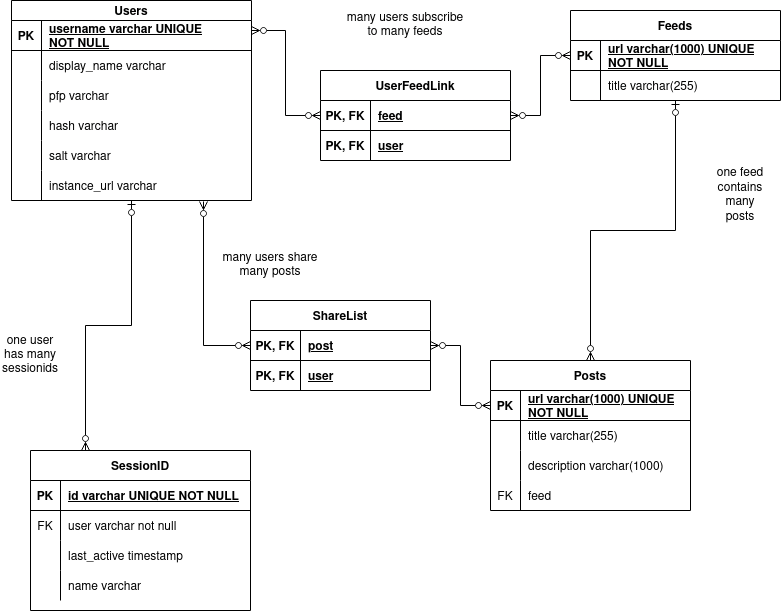
Earlier version of the draw.io export planning/erdiagram.png (kittycat-homes/rssc-intract). Source tidied: cells renumbered, new cells last; positions are measured from the earlier drawing's top-left corner, leaving out a move shared by most shapes.
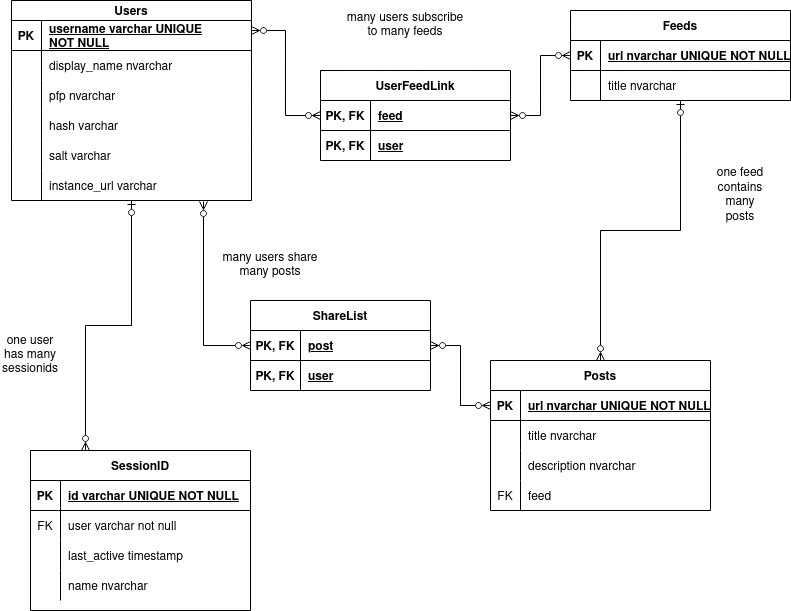
The same file after the commit.

Diff of the diagram source:
```diff
@@ -23,7 +23,7 @@
     <mxCell id="8" style="shape=partialRectangle;fillColor=none;top=0;left=0;bottom=0;right=0;overflow=hidden;" parent="7" vertex="1">
       <mxGeometry width="30" height="30" as="geometry" />
     </mxCell>
-    <mxCell id="9" value="display_name varchar" style="shape=partialRectangle;fillColor=none;top=0;left=0;bottom=0;right=0;align=left;spacingLeft=6;overflow=hidden;" parent="7" vertex="1">
+    <mxCell id="9" value="display_name nvarchar" style="shape=partialRectangle;fillColor=none;top=0;left=0;bottom=0;right=0;align=left;spacingLeft=6;overflow=hidden;" parent="7" vertex="1">
       <mxGeometry x="30" width="210" height="30" as="geometry" />
     </mxCell>
     <mxCell id="10" style="shape=tableRow;horizontal=0;startSize=0;swimlaneHead=0;swimlaneBody=0;fillColor=none;top=0;left=0;right=0;bottom=0;" parent="3" vertex="1">
@@ -32,7 +32,7 @@
     <mxCell id="11" style="shape=partialRectangle;fillColor=none;top=0;left=0;bottom=0;right=0;overflow=hidden;" parent="10" vertex="1">
       <mxGeometry width="30" height="30" as="geometry" />
     </mxCell>
-    <mxCell id="12" value="pfp varchar" style="shape=partialRectangle;fillColor=none;top=0;left=0;bottom=0;right=0;align=left;spacingLeft=6;overflow=hidden;" parent="10" vertex="1">
+    <mxCell id="12" value="pfp nvarchar" style="shape=partialRectangle;fillColor=none;top=0;left=0;bottom=0;right=0;align=left;spacingLeft=6;overflow=hidden;" parent="10" vertex="1">
       <mxGeometry x="30" width="210" height="30" as="geometry" />
     </mxCell>
     <mxCell id="13" style="shape=tableRow;horizontal=0;startSize=0;swimlaneHead=0;swimlaneBody=0;fillColor=none;top=0;left=0;right=0;bottom=0;" parent="3" vertex="1">
@@ -63,25 +63,25 @@
       <mxGeometry x="30" width="210" height="30" as="geometry" />
     </mxCell>
     <mxCell id="22" value="Feeds" style="shape=table;startSize=30;rowLines=0;fontStyle=1;align=center;" parent="1" vertex="1">
-      <mxGeometry x="570" y="10" width="210" height="90" as="geometry" />
+      <mxGeometry x="570" y="10" width="220" height="90" as="geometry" />
     </mxCell>
     <mxCell id="23" style="shape=tableRow;horizontal=0;startSize=0;swimlaneHead=0;swimlaneBody=0;fillColor=none;points=[[0,0.5],[1,0.5]];portConstraint=eastwest;top=0;left=0;right=0;bottom=1;" parent="22" vertex="1">
-      <mxGeometry y="30" width="210" height="30" as="geometry" />
+      <mxGeometry y="30" width="220" height="30" as="geometry" />
     </mxCell>
     <mxCell id="24" value="PK" style="shape=partialRectangle;fillColor=none;top=0;left=0;bottom=0;right=0;fontStyle=1;overflow=hidden;" parent="23" vertex="1">
       <mxGeometry width="30" height="30" as="geometry" />
     </mxCell>
-    <mxCell id="25" value="url varchar(1000) UNIQUE &#10;NOT NULL" style="shape=partialRectangle;fillColor=none;top=0;left=0;bottom=0;right=0;align=left;spacingLeft=6;fontStyle=5;overflow=hidden;" parent="23" vertex="1">
-      <mxGeometry x="30" width="180" height="30" as="geometry" />
+    <mxCell id="25" value="url nvarchar UNIQUE NOT NULL" style="shape=partialRectangle;fillColor=none;top=0;left=0;bottom=0;right=0;align=left;spacingLeft=6;fontStyle=5;overflow=hidden;" parent="23" vertex="1">
+      <mxGeometry x="30" width="190" height="30" as="geometry" />
     </mxCell>
     <mxCell id="26" style="shape=tableRow;horizontal=0;startSize=0;swimlaneHead=0;swimlaneBody=0;fillColor=none;top=0;left=0;right=0;bottom=0;" parent="22" vertex="1">
-      <mxGeometry y="60" width="210" height="30" as="geometry" />
+      <mxGeometry y="60" width="220" height="30" as="geometry" />
     </mxCell>
     <mxCell id="27" style="shape=partialRectangle;fillColor=none;top=0;left=0;bottom=0;right=0;overflow=hidden;" parent="26" vertex="1">
       <mxGeometry width="30" height="30" as="geometry" />
     </mxCell>
-    <mxCell id="28" value="title varchar(255)" style="shape=partialRectangle;fillColor=none;top=0;left=0;bottom=0;right=0;align=left;spacingLeft=6;overflow=hidden;" parent="26" vertex="1">
-      <mxGeometry x="30" width="180" height="30" as="geometry" />
+    <mxCell id="28" value="title nvarchar" style="shape=partialRectangle;fillColor=none;top=0;left=0;bottom=0;right=0;align=left;spacingLeft=6;overflow=hidden;" parent="26" vertex="1">
+      <mxGeometry x="30" width="190" height="30" as="geometry" />
     </mxCell>
     <mxCell id="29" value="UserFeedLink" style="shape=table;startSize=30;rowLines=0;fontStyle=1;align=center;" parent="1" vertex="1">
       <mxGeometry x="320" y="70" width="190" height="90" as="geometry" />
@@ -119,43 +119,43 @@
       <mxGeometry relative="1" as="geometry" />
     </mxCell>
     <mxCell id="39" value="Posts" style="shape=table;startSize=30;rowLines=0;fontStyle=1;align=center;" parent="1" vertex="1">
-      <mxGeometry x="490" y="360" width="200" height="150" as="geometry" />
+      <mxGeometry x="490" y="360" width="220" height="150" as="geometry" />
     </mxCell>
     <mxCell id="40" style="shape=tableRow;horizontal=0;startSize=0;swimlaneHead=0;swimlaneBody=0;fillColor=none;points=[[0,0.5],[1,0.5]];portConstraint=eastwest;top=0;left=0;right=0;bottom=1;" parent="39" vertex="1">
-      <mxGeometry y="30" width="200" height="30" as="geometry" />
+      <mxGeometry y="30" width="220" height="30" as="geometry" />
     </mxCell>
     <mxCell id="41" value="PK" style="shape=partialRectangle;fillColor=none;top=0;left=0;bottom=0;right=0;fontStyle=1;overflow=hidden;" parent="40" vertex="1">
       <mxGeometry width="30" height="30" as="geometry" />
     </mxCell>
-    <mxCell id="42" value="url varchar(1000) UNIQUE &#10;NOT NULL" style="shape=partialRectangle;fillColor=none;top=0;left=0;bottom=0;right=0;align=left;spacingLeft=6;fontStyle=5;overflow=hidden;" parent="40" vertex="1">
-      <mxGeometry x="30" width="170" height="30" as="geometry" />
+    <mxCell id="42" value="url nvarchar UNIQUE NOT NULL" style="shape=partialRectangle;fillColor=none;top=0;left=0;bottom=0;right=0;align=left;spacingLeft=6;fontStyle=5;overflow=hidden;" parent="40" vertex="1">
+      <mxGeometry x="30" width="190" height="30" as="geometry" />
     </mxCell>
     <mxCell id="43" style="shape=tableRow;horizontal=0;startSize=0;swimlaneHead=0;swimlaneBody=0;fillColor=none;top=0;left=0;right=0;bottom=0;" parent="39" vertex="1">
-      <mxGeometry y="60" width="200" height="30" as="geometry" />
+      <mxGeometry y="60" width="220" height="30" as="geometry" />
     </mxCell>
     <mxCell id="44" style="shape=partialRectangle;fillColor=none;top=0;left=0;bottom=0;right=0;overflow=hidden;" parent="43" vertex="1">
       <mxGeometry width="30" height="30" as="geometry" />
     </mxCell>
-    <mxCell id="45" value="title varchar(255)" style="shape=partialRectangle;fillColor=none;top=0;left=0;bottom=0;right=0;align=left;spacingLeft=6;overflow=hidden;" parent="43" vertex="1">
-      <mxGeometry x="30" width="170" height="30" as="geometry" />
+    <mxCell id="45" value="title nvarchar" style="shape=partialRectangle;fillColor=none;top=0;left=0;bottom=0;right=0;align=left;spacingLeft=6;overflow=hidden;" parent="43" vertex="1">
+      <mxGeometry x="30" width="190" height="30" as="geometry" />
     </mxCell>
     <mxCell id="46" style="shape=tableRow;horizontal=0;startSize=0;swimlaneHead=0;swimlaneBody=0;fillColor=none;top=0;left=0;right=0;bottom=0;" parent="39" vertex="1">
-      <mxGeometry y="90" width="200" height="30" as="geometry" />
+      <mxGeometry y="90" width="220" height="30" as="geometry" />
     </mxCell>
     <mxCell id="47" style="shape=partialRectangle;fillColor=none;top=0;left=0;bottom=0;right=0;overflow=hidden;" parent="46" vertex="1">
       <mxGeometry width="30" height="30" as="geometry" />
     </mxCell>
-    <mxCell id="48" value="description varchar(1000)" style="shape=partialRectangle;fillColor=none;top=0;left=0;bottom=0;right=0;align=left;spacingLeft=6;overflow=hidden;" parent="46" vertex="1">
-      <mxGeometry x="30" width="170" height="30" as="geometry" />
+    <mxCell id="48" value="description nvarchar" style="shape=partialRectangle;fillColor=none;top=0;left=0;bottom=0;right=0;align=left;spacingLeft=6;overflow=hidden;" parent="46" vertex="1">
+      <mxGeometry x="30" width="190" height="30" as="geometry" />
     </mxCell>
     <mxCell id="49" style="shape=tableRow;horizontal=0;startSize=0;swimlaneHead=0;swimlaneBody=0;fillColor=none;top=0;left=0;right=0;bottom=0;" parent="39" vertex="1">
-      <mxGeometry y="120" width="200" height="30" as="geometry" />
+      <mxGeometry y="120" width="220" height="30" as="geometry" />
     </mxCell>
     <mxCell id="50" value="FK" style="shape=partialRectangle;fillColor=none;top=0;left=0;bottom=0;right=0;overflow=hidden;" parent="49" vertex="1">
       <mxGeometry width="30" height="30" as="geometry" />
     </mxCell>
     <mxCell id="51" value="feed" style="shape=partialRectangle;fillColor=none;top=0;left=0;bottom=0;right=0;align=left;spacingLeft=6;overflow=hidden;" parent="49" vertex="1">
-      <mxGeometry x="30" width="170" height="30" as="geometry" />
+      <mxGeometry x="30" width="190" height="30" as="geometry" />
     </mxCell>
     <mxCell id="52" value="&lt;div&gt;many users subscribe to many feeds&lt;/div&gt;" style="text;html=1;strokeColor=none;fillColor=none;align=center;verticalAlign=middle;whiteSpace=wrap;rounded=0;" parent="1" vertex="1">
       <mxGeometry x="340" y="10" width="130" height="30" as="geometry" />
@@ -229,7 +229,7 @@
     <mxCell id="75" style="shape=partialRectangle;fillColor=none;top=0;left=0;bottom=0;right=0;overflow=hidden;" parent="74" vertex="1">
       <mxGeometry width="30" height="30" as="geometry" />
     </mxCell>
-    <mxCell id="76" value="name varchar" style="shape=partialRectangle;fillColor=none;top=0;left=0;bottom=0;right=0;align=left;spacingLeft=6;overflow=hidden;" parent="74" vertex="1">
+    <mxCell id="76" value="name nvarchar" style="shape=partialRectangle;fillColor=none;top=0;left=0;bottom=0;right=0;align=left;spacingLeft=6;overflow=hidden;" parent="74" vertex="1">
       <mxGeometry x="30" width="190" height="30" as="geometry" />
     </mxCell>
     <mxCell id="77" value="one user has many sessionids" style="text;html=1;strokeColor=none;fillColor=none;align=center;verticalAlign=middle;whiteSpace=wrap;rounded=0;" parent="1" vertex="1">
```
